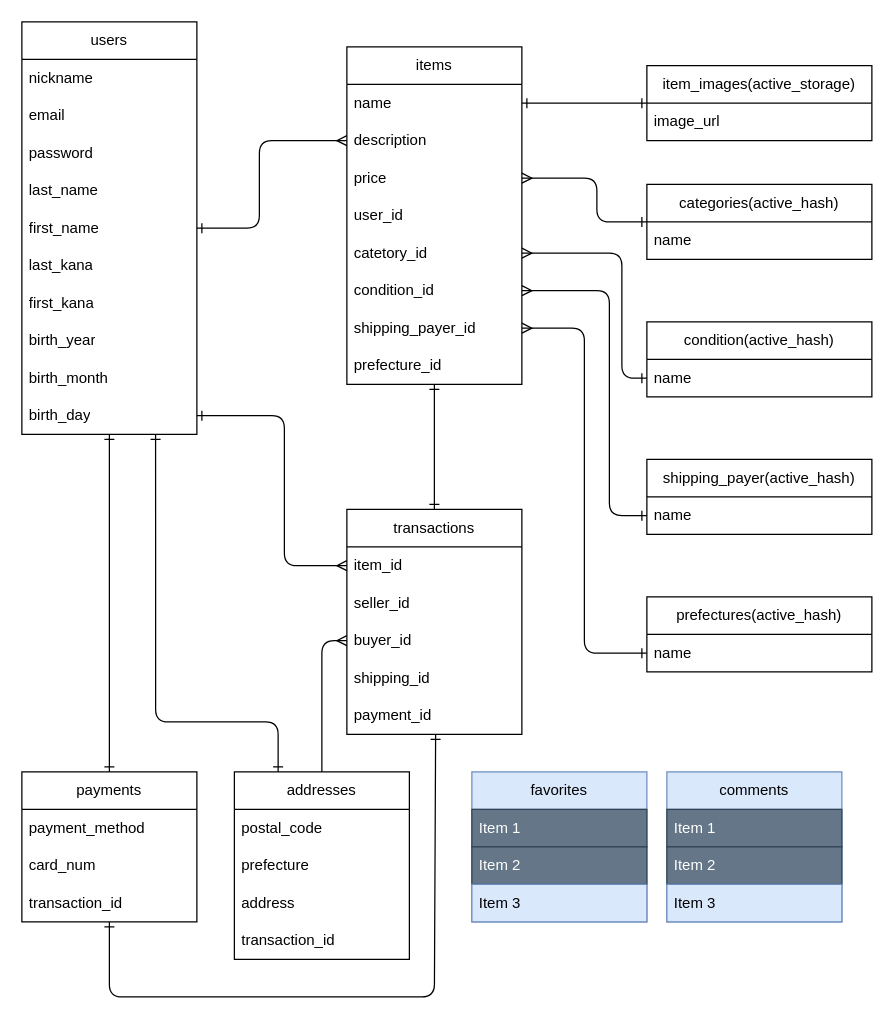
This is table.dio from kengineer923/furima-42539, a draw.io file, before an edit. Source tidied: cells renumbered, new cells numbered last; positions are measured from the earlier drawing's top-left corner, leaving out a move shared by most shapes. Both pictures are drawn from the tidied source at 125%, with x=0, y=0 at pixel (21, 21).
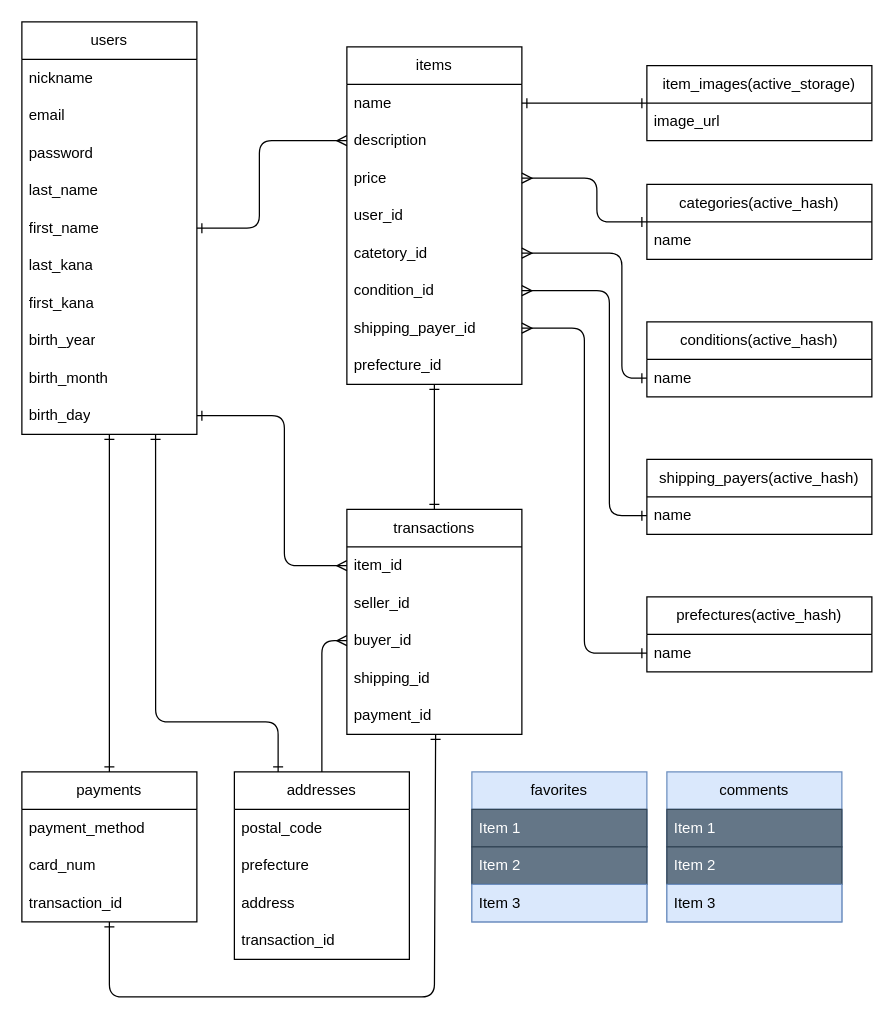
The same page after the edit.

Commit message (it also covers changes not shown here):
データベース設計（修正）

Change to the diagram source:
```diff
@@
-    <mxCell id="55" value="condition(active_hash)" style="swimlane;fontStyle=0;horizontal=1;startSize=30;whiteSpace=wrap;html=1;" parent="1" vertex="1">
+    <mxCell id="55" value="conditions(active_hash)" style="swimlane;fontStyle=0;horizontal=1;startSize=30;whiteSpace=wrap;html=1;" parent="1" vertex="1">
       <mxGeometry x="500" y="240" width="180" height="60" as="geometry" />
     </mxCell>
@@
-    <mxCell id="57" value="shipping_payer(active_hash)" style="swimlane;fontStyle=0;horizontal=1;startSize=30;whiteSpace=wrap;html=1;" parent="1" vertex="1">
+    <mxCell id="57" value="shipping_payers(active_hash)" style="swimlane;fontStyle=0;horizontal=1;startSize=30;whiteSpace=wrap;html=1;" parent="1" vertex="1">
       <mxGeometry x="500" y="350" width="180" height="60" as="geometry" />
     </mxCell>
```
